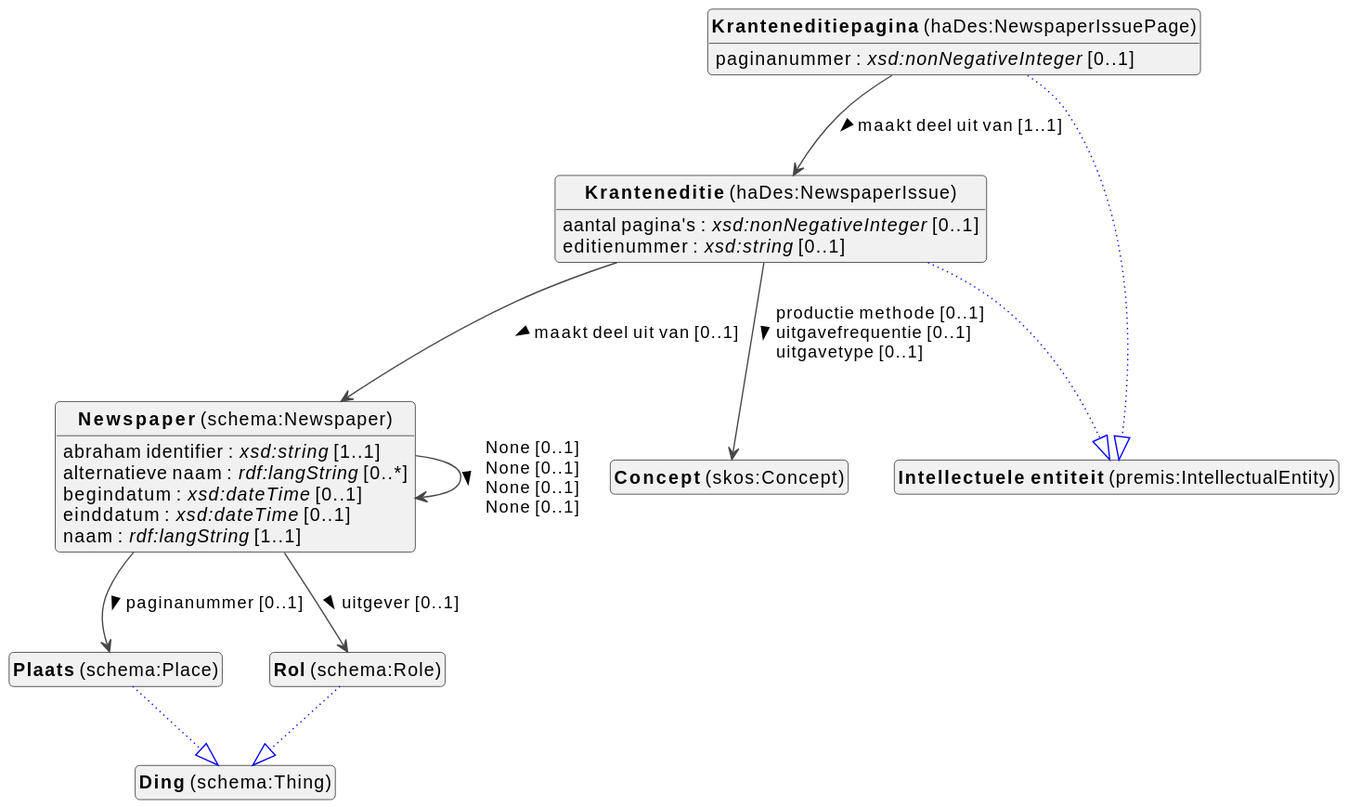
Above: docs/metadata/knowledge-graph/0.0.1/bibliographic/nl/bibliographic-diagram.svg in viaacode/documentation-jekyll (PlantUML), before the change.
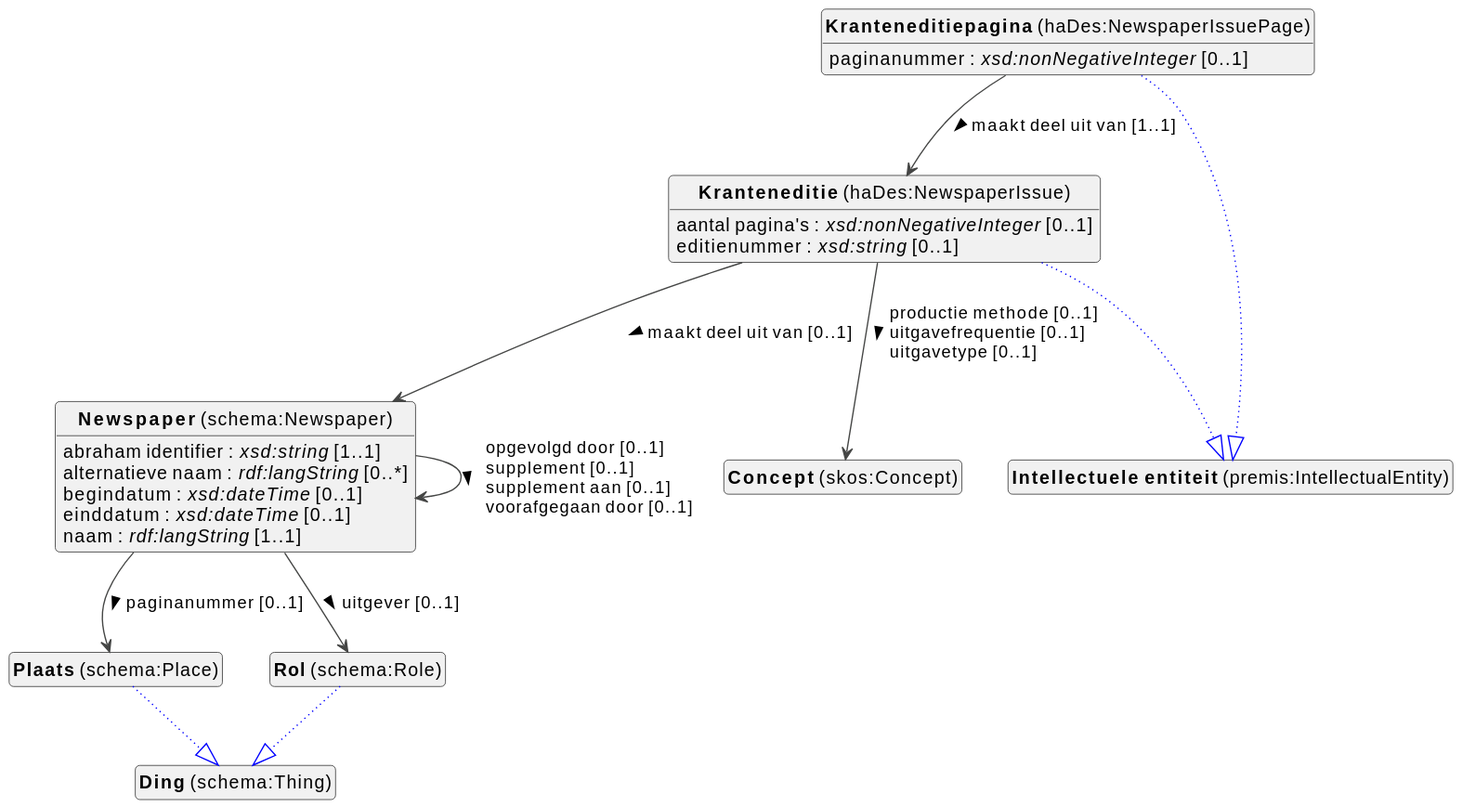
After the change.

The edit, as a diff of the source:
```diff
@@ -28,7 +28,7 @@
 schema_Newspaper : einddatum : <i>xsd:dateTime</i> [0..1]
 schema_Newspaper : naam : <i>rdf:langString</i> [1..1]
 
-schema_Newspaper --> schema_Newspaper :None [0..1]  \lNone [0..1]  \lNone [0..1]  \lNone [0..1]  >
+schema_Newspaper --> schema_Newspaper :opgevolgd door [0..1]  \lsupplement [0..1]  \lsupplement aan [0..1]  \lvoorafgegaan door [0..1]  >
 schema_Newspaper --> schema_Place :paginanummer [0..1]  >
 schema_Newspaper --> schema_Role :uitgever [0..1]  >
 
```
